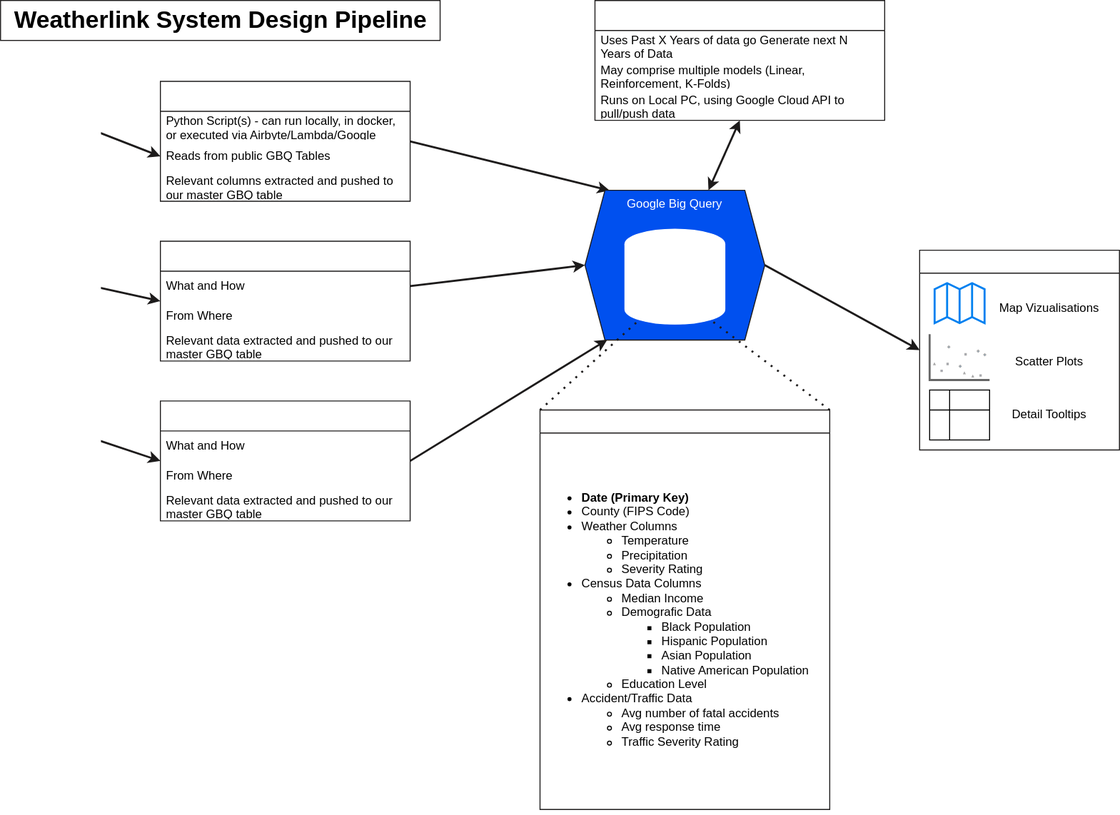
Above: etl/systemdesign.drawio.svg in BigDataAnalytics2023/gwbigdataanalytics2023-final-project-weatherlink (draw.io), before the change. Source tidied: cells renumbered, new cells last; positions are measured from the earlier drawing's top-left corner, leaving out a move shared by most shapes.
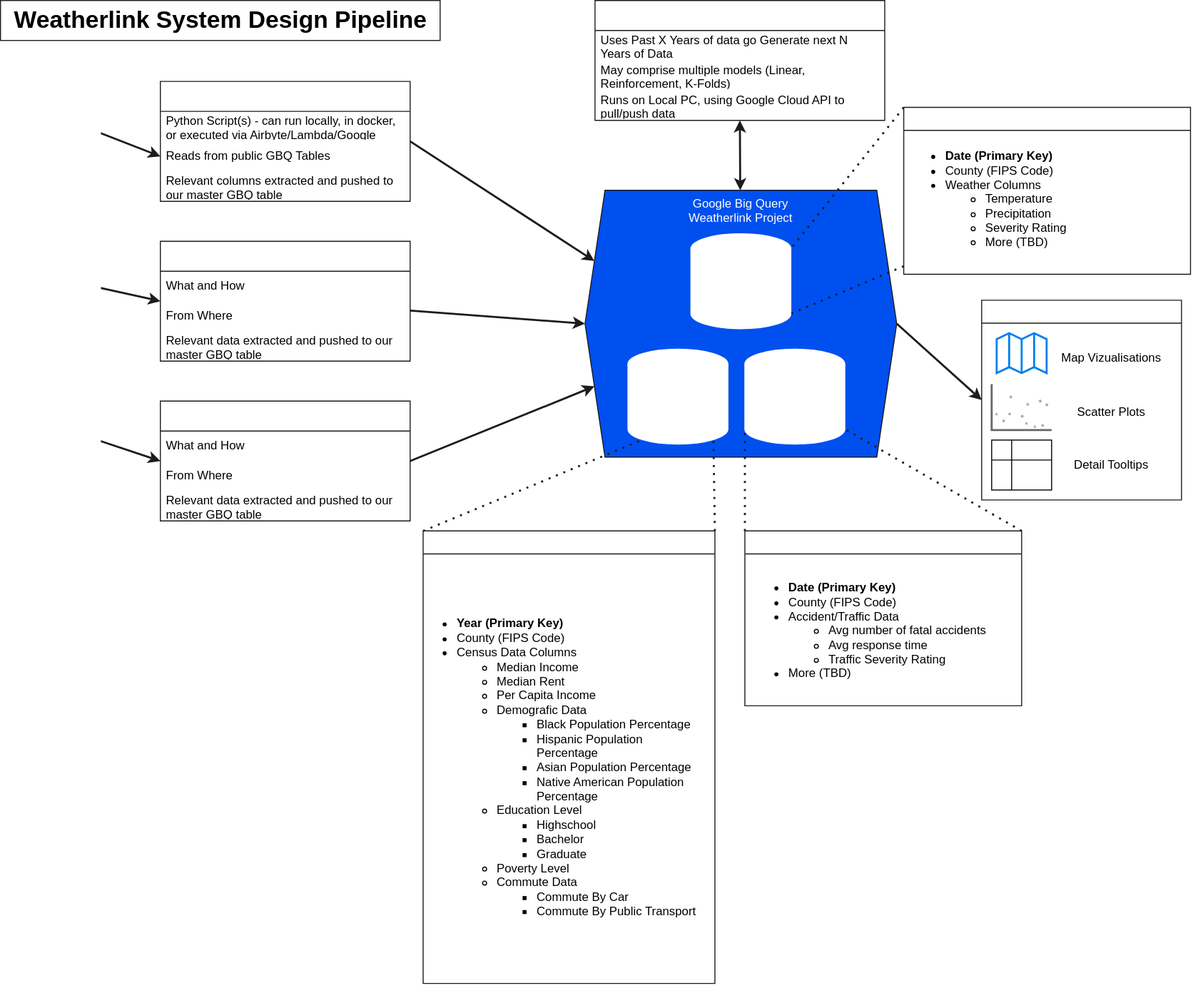
Later version of the same file.

The edit, as a diff of the source:
```diff
@@ -20,7 +20,7 @@
     <mxCell id="7" value="Traffic/&lt;br&gt;Accident Data" style="shape=cylinder3;whiteSpace=wrap;html=1;boundedLbl=1;backgroundOutline=1;size=15;fontColor=#FFFFFF;strokeColor=#FFFFFF;" parent="1" vertex="1">
       <mxGeometry x="40" y="401" width="60" height="80" as="geometry" />
     </mxCell>
-    <mxCell id="8" style="edgeStyle=none;html=1;exitX=1;exitY=0.5;exitDx=0;exitDy=0;entryX=0.136;entryY=0.001;entryDx=0;entryDy=0;entryPerimeter=0;strokeWidth=2;fontColor=#FFFFFF;strokeColor=#1d1b1b;" parent="1" edge="1" source="9" target="25">
+    <mxCell id="8" style="edgeStyle=none;html=1;exitX=1;exitY=0.5;exitDx=0;exitDy=0;entryX=0;entryY=0.25;entryDx=0;entryDy=0;strokeWidth=2;fontColor=#FFFFFF;strokeColor=#1d1b1b;" parent="1" edge="1" source="9" target="25">
       <mxGeometry relative="1" as="geometry" />
     </mxCell>
     <mxCell id="9" value="Census Data Extraction, Cleaning, Storing" style="swimlane;fontStyle=0;horizontal=1;startSize=30;whiteSpace=wrap;html=1;fontColor=#FFFFFF;strokeColor=#1d1b1b;" parent="1" vertex="1">
@@ -35,7 +35,7 @@
     <mxCell id="12" value="Relevant columns extracted and pushed to our master GBQ table" style="text;strokeColor=none;fillColor=none;align=left;verticalAlign=middle;spacingLeft=4;spacingRight=4;overflow=hidden;whiteSpace=wrap;html=1;fontColor=#000000;" parent="9" vertex="1">
       <mxGeometry y="90" width="250" height="30" as="geometry" />
     </mxCell>
-    <mxCell id="13" style="edgeStyle=none;html=1;entryX=0;entryY=0.5;entryDx=0;entryDy=0;strokeWidth=2;fontColor=#FFFFFF;strokeColor=#1d1b1b;" parent="1" edge="1" source="14" target="25">
+    <mxCell id="13" style="edgeStyle=none;html=1;strokeWidth=2;fontColor=#FFFFFF;strokeColor=#1d1b1b;entryX=0;entryY=0.5;entryDx=0;entryDy=0;" parent="1" edge="1" source="14" target="25">
       <mxGeometry relative="1" as="geometry" />
     </mxCell>
     <mxCell id="14" value="Weather Data Extraction, Cleaning, Storing" style="swimlane;fontStyle=0;horizontal=1;startSize=30;whiteSpace=wrap;html=1;fontColor=#FFFFFF;strokeColor=#1d1b1b;" parent="1" vertex="1">
@@ -50,7 +50,7 @@
     <mxCell id="17" value="Relevant data extracted and pushed to our master GBQ table" style="text;strokeColor=none;fillColor=none;align=left;verticalAlign=middle;spacingLeft=4;spacingRight=4;overflow=hidden;whiteSpace=wrap;html=1;fontColor=#000000;" parent="14" vertex="1">
       <mxGeometry y="90" width="250" height="30" as="geometry" />
     </mxCell>
-    <mxCell id="18" style="edgeStyle=none;html=1;entryX=0.124;entryY=0.998;entryDx=0;entryDy=0;exitX=1;exitY=0.5;exitDx=0;exitDy=0;entryPerimeter=0;strokeWidth=2;fontColor=#FFFFFF;strokeColor=#1d1b1b;" parent="1" edge="1" source="19" target="25">
+    <mxCell id="18" style="edgeStyle=none;html=1;entryX=0;entryY=0.75;entryDx=0;entryDy=0;exitX=1;exitY=0.5;exitDx=0;exitDy=0;strokeWidth=2;fontColor=#FFFFFF;strokeColor=#1d1b1b;" parent="1" edge="1" source="19" target="25">
       <mxGeometry relative="1" as="geometry" />
     </mxCell>
     <mxCell id="19" value="Traffic/Accident Data Extraction, Cleaning, Storing" style="swimlane;fontStyle=0;horizontal=1;startSize=30;whiteSpace=wrap;html=1;fontColor=#FFFFFF;strokeColor=#1d1b1b;" parent="1" vertex="1">
@@ -71,11 +71,11 @@
     <mxCell id="24" style="edgeStyle=none;html=1;exitX=1;exitY=0.5;exitDx=0;exitDy=0;entryX=0;entryY=0.5;entryDx=0;entryDy=0;strokeWidth=2;startArrow=none;startFill=0;fontColor=#FFFFFF;strokeColor=#1d1b1b;" parent="1" edge="1" source="25" target="34">
       <mxGeometry relative="1" as="geometry" />
     </mxCell>
-    <mxCell id="25" value="Google Big Query" style="shape=hexagon;perimeter=hexagonPerimeter2;whiteSpace=wrap;html=1;fixedSize=1;verticalAlign=top;fillColor=#0050ef;fontColor=#FFFFFF;strokeColor=#1d1b1b;" parent="1" vertex="1">
-      <mxGeometry x="585" y="190" width="180" height="150" as="geometry" />
+    <mxCell id="25" value="Google Big Query&lt;br&gt;Weatherlink Project" style="shape=hexagon;perimeter=hexagonPerimeter2;whiteSpace=wrap;html=1;fixedSize=1;verticalAlign=top;fillColor=#0050ef;fontColor=#FFFFFF;strokeColor=#1d1b1b;" parent="1" vertex="1">
+      <mxGeometry x="585" y="190" width="312" height="267" as="geometry" />
     </mxCell>
-    <mxCell id="26" value="Weatherlink Master &lt;br&gt;Table" style="shape=cylinder3;whiteSpace=wrap;html=1;boundedLbl=1;backgroundOutline=1;size=15;fontColor=#FFFFFF;strokeColor=#FFFFFF;" parent="1" vertex="1">
-      <mxGeometry x="625" y="229" width="100" height="95" as="geometry" />
+    <mxCell id="26" value="Weatherlink Census&lt;br&gt;Table" style="shape=cylinder3;whiteSpace=wrap;html=1;boundedLbl=1;backgroundOutline=1;size=15;fontColor=#FFFFFF;strokeColor=#FFFFFF;" parent="1" vertex="1">
+      <mxGeometry x="628" y="349" width="100" height="95" as="geometry" />
     </mxCell>
     <mxCell id="27" value="Weatherlink System Design Pipeline" style="text;strokeColor=#1d1b1b;fillColor=none;html=1;fontSize=24;fontStyle=1;verticalAlign=middle;align=center;fontColor=#000000;" parent="1" vertex="1">
       <mxGeometry width="440" height="40" as="geometry" />
@@ -92,14 +92,14 @@
     <mxCell id="31" value="Runs on Local PC, using Google Cloud API to pull/push data" style="text;strokeColor=none;fillColor=none;align=left;verticalAlign=middle;spacingLeft=4;spacingRight=4;overflow=hidden;whiteSpace=wrap;html=1;fontColor=#000000;" parent="28" vertex="1">
       <mxGeometry y="90" width="290" height="30" as="geometry" />
     </mxCell>
-    <mxCell id="32" value="Sample Row of Weatherlink Master Table" style="swimlane;whiteSpace=wrap;html=1;fontColor=#FFFFFF;strokeColor=#1d1b1b;" parent="1" vertex="1">
-      <mxGeometry x="540" y="410" width="290" height="400" as="geometry" />
+    <mxCell id="32" value="Schema of Weatherlink Census Table" style="swimlane;whiteSpace=wrap;html=1;fontColor=#FFFFFF;strokeColor=#1d1b1b;" parent="1" vertex="1">
+      <mxGeometry x="423" y="531" width="292" height="453" as="geometry" />
     </mxCell>
-    <mxCell id="33" value="&lt;ul&gt;&lt;li&gt;&lt;b&gt;Date (Primary Key)&lt;/b&gt;&lt;/li&gt;&lt;li&gt;County (FIPS Code)&lt;/li&gt;&lt;li&gt;Weather Columns&lt;/li&gt;&lt;ul&gt;&lt;li&gt;Temperature&lt;/li&gt;&lt;li&gt;Precipitation&lt;/li&gt;&lt;li&gt;Severity Rating&lt;/li&gt;&lt;/ul&gt;&lt;li&gt;Census Data Columns&lt;/li&gt;&lt;ul&gt;&lt;li&gt;Median Income&lt;/li&gt;&lt;li&gt;Demografic Data&lt;/li&gt;&lt;ul&gt;&lt;li&gt;Black Population&lt;/li&gt;&lt;li&gt;Hispanic Population&lt;/li&gt;&lt;li&gt;Asian Population&lt;/li&gt;&lt;li&gt;Native American Population&lt;/li&gt;&lt;/ul&gt;&lt;li&gt;Education Level&lt;/li&gt;&lt;/ul&gt;&lt;li&gt;Accident/Traffic Data&lt;/li&gt;&lt;ul&gt;&lt;li&gt;Avg number of fatal accidents&lt;/li&gt;&lt;li&gt;Avg response time&lt;/li&gt;&lt;li&gt;Traffic Severity Rating&lt;/li&gt;&lt;/ul&gt;&lt;/ul&gt;" style="text;html=1;strokeColor=none;fillColor=none;align=left;verticalAlign=middle;whiteSpace=wrap;rounded=0;fontColor=#000000;" parent="32" vertex="1">
-      <mxGeometry y="20" width="290" height="380" as="geometry" />
+    <mxCell id="33" value="&lt;ul&gt;&lt;li&gt;&lt;b&gt;Year (Primary Key)&lt;/b&gt;&lt;/li&gt;&lt;li&gt;County (FIPS Code)&lt;/li&gt;&lt;li&gt;Census Data Columns&lt;/li&gt;&lt;ul&gt;&lt;li&gt;Median Income&lt;/li&gt;&lt;li&gt;Median Rent&lt;/li&gt;&lt;li&gt;Per Capita Income&lt;/li&gt;&lt;li&gt;Demografic Data&lt;/li&gt;&lt;ul&gt;&lt;li&gt;Black Population Percentage&lt;/li&gt;&lt;li&gt;Hispanic Population Percentage&lt;/li&gt;&lt;li&gt;Asian Population Percentage&lt;/li&gt;&lt;li&gt;Native American Population Percentage&lt;/li&gt;&lt;/ul&gt;&lt;li&gt;Education Level&lt;/li&gt;&lt;ul&gt;&lt;li&gt;Highschool&lt;/li&gt;&lt;li&gt;Bachelor&lt;/li&gt;&lt;li&gt;Graduate&lt;/li&gt;&lt;/ul&gt;&lt;li&gt;Poverty Level&lt;/li&gt;&lt;li&gt;Commute Data&lt;/li&gt;&lt;ul&gt;&lt;li&gt;Commute By Car&lt;/li&gt;&lt;li&gt;Commute By Public Transport&lt;/li&gt;&lt;/ul&gt;&lt;/ul&gt;&lt;/ul&gt;" style="text;html=1;strokeColor=none;fillColor=none;align=left;verticalAlign=middle;whiteSpace=wrap;rounded=0;fontColor=#000000;" parent="32" vertex="1">
+      <mxGeometry x="-8" y="47" width="290" height="380" as="geometry" />
     </mxCell>
     <mxCell id="34" value="Data Vizualization (Tableau)" style="swimlane;whiteSpace=wrap;html=1;fontColor=#FFFFFF;strokeColor=#1d1b1b;" parent="1" vertex="1">
-      <mxGeometry x="920" y="250" width="200" height="200" as="geometry" />
+      <mxGeometry x="982" y="300" width="200" height="200" as="geometry" />
     </mxCell>
     <mxCell id="35" style="html=1;verticalLabelPosition=bottom;align=center;labelBackgroundColor=#ffffff;verticalAlign=top;strokeWidth=2;strokeColor=#0080F0;shadow=0;dashed=0;shape=mxgraph.ios7.icons.map;" parent="34" vertex="1">
       <mxGeometry x="15" y="33" width="50" height="40" as="geometry" />
@@ -125,5 +125,35 @@
     <mxCell id="42" style="endArrow=none;dashed=1;html=1;dashPattern=1 3;strokeWidth=2;exitX=1;exitY=0;exitDx=0;exitDy=0;entryX=0.855;entryY=1;entryDx=0;entryDy=-4.35;entryPerimeter=0;fontColor=#FFFFFF;strokeColor=#1d1b1b;" parent="1" edge="1" source="32" target="26">
       <mxGeometry relative="1" as="geometry" />
     </mxCell>
+    <mxCell id="43" value="Weatherlink Accident&lt;br&gt;Table" style="shape=cylinder3;whiteSpace=wrap;html=1;boundedLbl=1;backgroundOutline=1;size=15;fontColor=#FFFFFF;strokeColor=#FFFFFF;" parent="1" vertex="1">
+      <mxGeometry x="745" y="349" width="100" height="95" as="geometry" />
+    </mxCell>
+    <mxCell id="44" value="Weatherlink Weather&lt;br&gt;Table" style="shape=cylinder3;whiteSpace=wrap;html=1;boundedLbl=1;backgroundOutline=1;size=15;fontColor=#FFFFFF;strokeColor=#FFFFFF;" parent="1" vertex="1">
+      <mxGeometry x="691" y="233.5" width="100" height="95" as="geometry" />
+    </mxCell>
+    <mxCell id="45" value="Schema of Weatherlink Accident Table" style="swimlane;whiteSpace=wrap;html=1;fontColor=#FFFFFF;strokeColor=#1d1b1b;" parent="1" vertex="1">
+      <mxGeometry x="745" y="531" width="277" height="175" as="geometry" />
+    </mxCell>
+    <mxCell id="46" value="&lt;ul&gt;&lt;li&gt;&lt;b&gt;Date (Primary Key)&lt;/b&gt;&lt;/li&gt;&lt;li&gt;County (FIPS Code)&lt;/li&gt;&lt;li&gt;Accident/Traffic Data&lt;/li&gt;&lt;ul&gt;&lt;li&gt;Avg number of fatal accidents&lt;/li&gt;&lt;li&gt;Avg response time&lt;/li&gt;&lt;li&gt;Traffic Severity Rating&lt;/li&gt;&lt;/ul&gt;&lt;li&gt;More (TBD)&lt;/li&gt;&lt;/ul&gt;" style="text;html=1;strokeColor=none;fillColor=none;align=left;verticalAlign=middle;whiteSpace=wrap;rounded=0;fontColor=#000000;" parent="45" vertex="1">
+      <mxGeometry x="1.5" y="31" width="274" height="138" as="geometry" />
+    </mxCell>
+    <mxCell id="47" value="Schema of Weatherlink Weather Table" style="swimlane;whiteSpace=wrap;html=1;fontColor=#FFFFFF;strokeColor=#1d1b1b;" parent="1" vertex="1">
+      <mxGeometry x="904" y="107" width="287" height="167" as="geometry" />
+    </mxCell>
+    <mxCell id="48" value="&lt;ul&gt;&lt;li&gt;&lt;b&gt;Date (Primary Key)&lt;/b&gt;&lt;/li&gt;&lt;li&gt;County (FIPS Code)&lt;/li&gt;&lt;li&gt;Weather Columns&lt;/li&gt;&lt;ul&gt;&lt;li&gt;Temperature&lt;/li&gt;&lt;li&gt;Precipitation&lt;/li&gt;&lt;li&gt;Severity Rating&lt;/li&gt;&lt;li&gt;More (TBD)&lt;/li&gt;&lt;/ul&gt;&lt;/ul&gt;" style="text;html=1;strokeColor=none;fillColor=none;align=left;verticalAlign=middle;whiteSpace=wrap;rounded=0;fontColor=#000000;" parent="47" vertex="1">
+      <mxGeometry y="25" width="289" height="134" as="geometry" />
+    </mxCell>
+    <mxCell id="49" style="endArrow=none;dashed=1;html=1;dashPattern=1 3;strokeWidth=2;exitX=0;exitY=0;exitDx=0;exitDy=0;entryX=1;entryY=0;entryDx=0;entryDy=15;entryPerimeter=0;fontColor=#FFFFFF;strokeColor=#1d1b1b;" parent="1" edge="1" source="47" target="44">
+      <mxGeometry relative="1" as="geometry" />
+    </mxCell>
+    <mxCell id="50" style="endArrow=none;dashed=1;html=1;dashPattern=1 3;strokeWidth=2;exitX=0;exitY=1;exitDx=0;exitDy=0;entryX=1;entryY=1;entryDx=0;entryDy=-15;entryPerimeter=0;fontColor=#FFFFFF;strokeColor=#1d1b1b;" parent="1" edge="1" source="48" target="44">
+      <mxGeometry relative="1" as="geometry" />
+    </mxCell>
+    <mxCell id="51" style="endArrow=none;dashed=1;html=1;dashPattern=1 3;strokeWidth=2;exitX=0;exitY=0;exitDx=0;exitDy=0;entryX=0;entryY=1;entryDx=0;entryDy=-15;entryPerimeter=0;fontColor=#FFFFFF;strokeColor=#1d1b1b;" parent="1" edge="1" source="45" target="43">
+      <mxGeometry relative="1" as="geometry" />
+    </mxCell>
+    <mxCell id="52" style="endArrow=none;dashed=1;html=1;dashPattern=1 3;strokeWidth=2;exitX=1;exitY=0;exitDx=0;exitDy=0;entryX=1;entryY=1;entryDx=0;entryDy=-15;entryPerimeter=0;fontColor=#FFFFFF;strokeColor=#1d1b1b;" parent="1" edge="1" source="45" target="43">
+      <mxGeometry relative="1" as="geometry" />
+    </mxCell>
   </root>
 </mxGraphModel>
```
